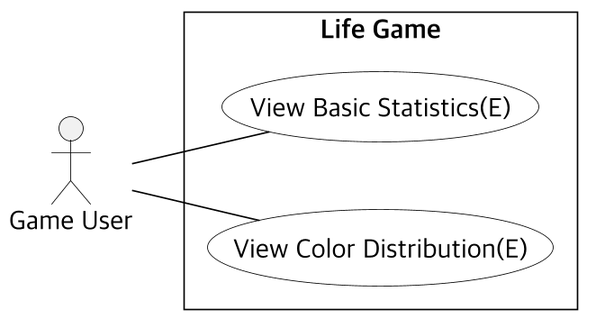
The PlantUML diagram docs/statistics/diagrams/statistics-use-cases.png in mckimR1972/DP_team_project, before a commit.
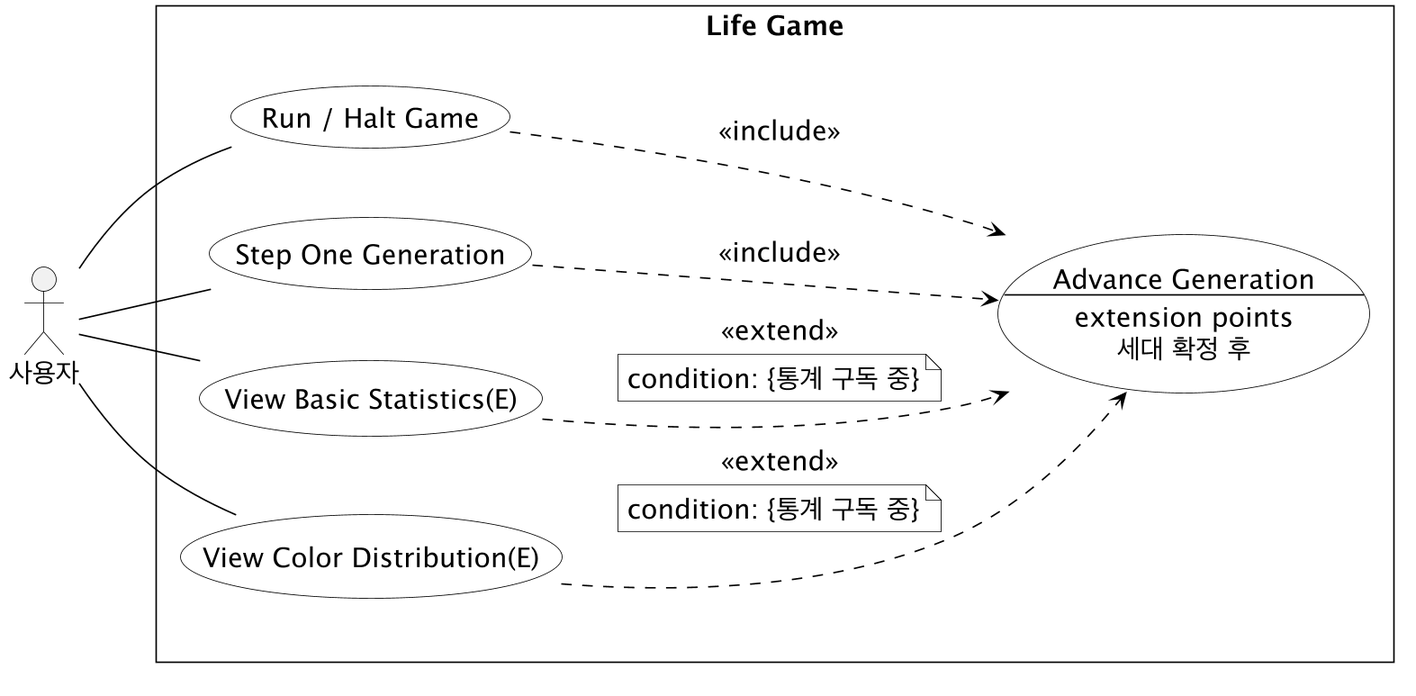
The same diagram one commit later.

Change to the diagram source:
```diff
@@ -1,7 +1,8 @@
 @startuml statistics-use-cases
+!pragma layout smetana
 left to right direction
 skinparam linetype polyline
-skinparam defaultFontName "Apple SD Gothic Neo"
+skinparam defaultFontName "Malgun Gothic"
 skinparam defaultFontSize 18
 skinparam dpi 160
 skinparam monochrome true
@@ -16,14 +17,34 @@
 skinparam usecaseBorderColor black
 skinparam usecaseBackgroundColor white
 skinparam usecaseFontColor black
+skinparam noteBackgroundColor white
+skinparam noteBorderColor black
 skinparam nodesep 45
-skinparam ranksep 50
+skinparam ranksep 65
 
-actor "Game User" as Player
+actor "사용자" as Player
 rectangle "Life Game" {
+    together {
+    usecase "Run / Halt Game" as RunGame
+    usecase "Step One Generation" as StepGame
+    usecase "View Basic Statistics(E)" as BasicStatistics
     usecase "View Color Distribution(E)" as ColorStatistics
-    usecase "View Basic Statistics(E)" as BasicStatistics
+    }
+    usecase "Advance Generation\n--\nextension points\n세대 확정 후" as AdvanceGeneration
+
+    RunGame ..> AdvanceGeneration : <<include>>
+    StepGame ..> AdvanceGeneration : <<include>>
+    BasicStatistics ..> AdvanceGeneration : <<extend>>
+    note on link
+      condition: {통계 구독 중}
+    end note
+    ColorStatistics ..> AdvanceGeneration : <<extend>>
+    note on link
+      condition: {통계 구독 중}
+    end note
 }
+Player -- RunGame
+Player -- StepGame
 Player -- BasicStatistics
 Player -- ColorStatistics
 @enduml
```
